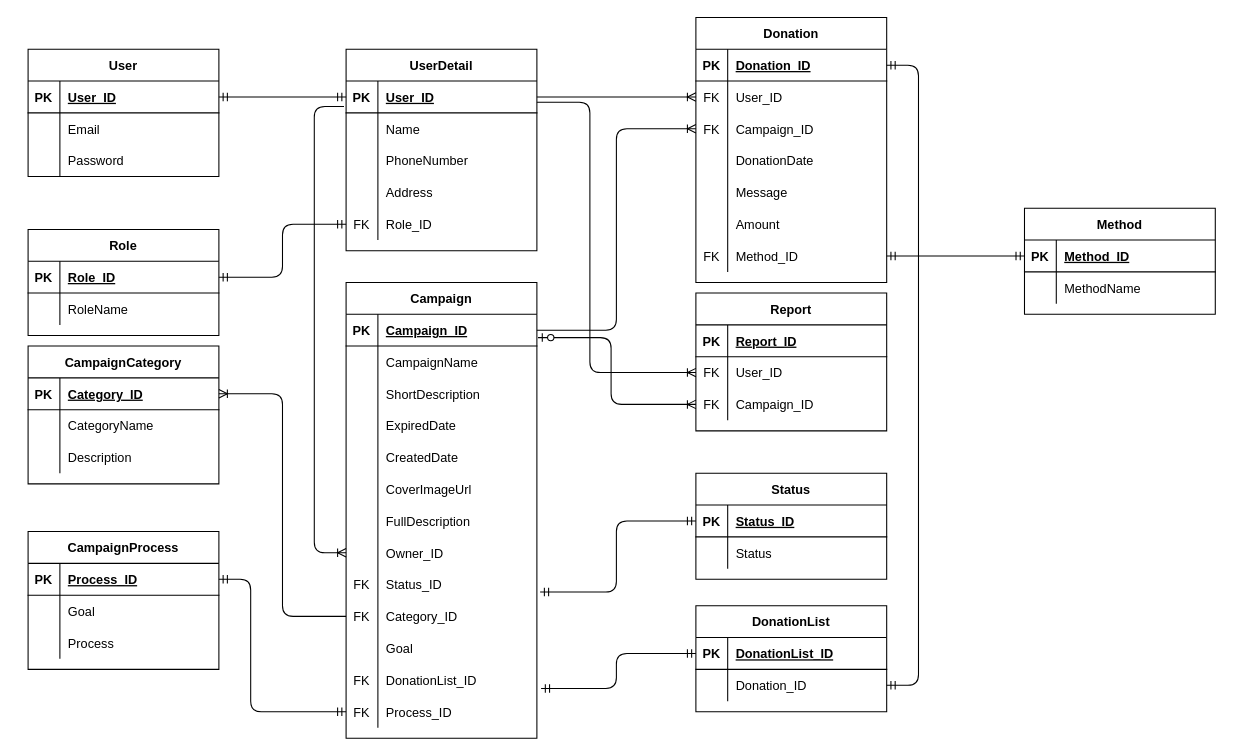
The draw.io diagram database.drawio in ces-hoangdao/VDF_KTPM, before the edit. Source tidied: cells renumbered, new cells numbered last; positions are measured from the earlier drawing's top-left corner, leaving out a move shared by most shapes. Both pictures are drawn from the tidied source at 106%, with x=0, y=0 at pixel (28, 17).
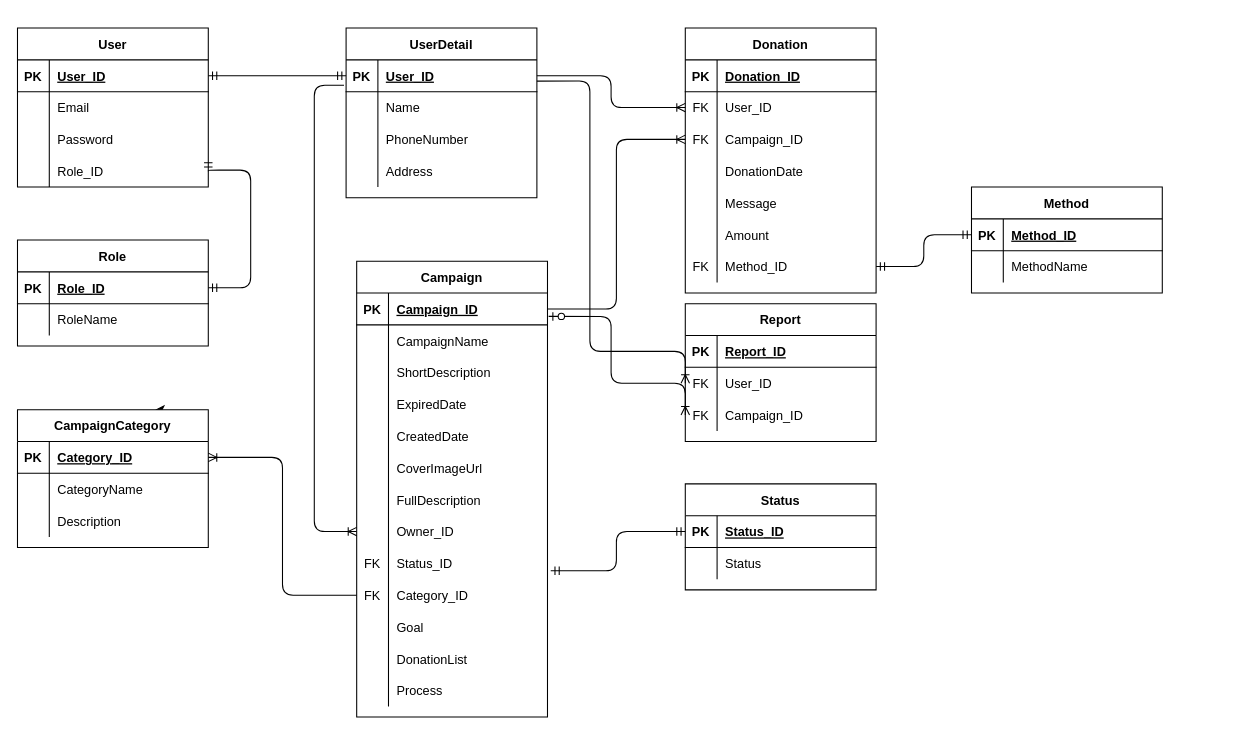
The same page after the edit.

The change refers to these unchanged cells:
```xml
<mxCell id="13" style="shape=partialRectangle;fillColor=none;top=0;left=0;bottom=1;right=0;points=[[0,0.5],[1,0.5]];portConstraint=eastwest;" parent="12" vertex="1">
  <mxGeometry y="30" width="180" height="30" as="geometry" />
</mxCell>
<mxCell id="20" style="shape=partialRectangle;fillColor=none;top=0;left=0;bottom=1;right=0;points=[[0,0.5],[1,0.5]];portConstraint=eastwest;" parent="19" vertex="1">
  <mxGeometry y="30" width="180" height="30" as="geometry" />
</mxCell>
<mxCell id="37" style="shape=partialRectangle;fillColor=none;top=0;left=0;bottom=1;right=0;points=[[0,0.5],[1,0.5]];portConstraint=eastwest;" parent="36" vertex="1">
  <mxGeometry y="30" width="180" height="30" as="geometry" />
</mxCell>
<mxCell id="58" style="shape=partialRectangle;fillColor=none;top=0;left=0;bottom=0;right=0;points=[[0,0.5],[1,0.5]];portConstraint=eastwest;" parent="36" vertex="1">
  <mxGeometry y="240" width="180" height="30" as="geometry" />
</mxCell>
<mxCell id="70" style="shape=partialRectangle;fillColor=none;top=0;left=0;bottom=0;right=0;points=[[0,0.5],[1,0.5]];portConstraint=eastwest;" parent="36" vertex="1">
  <mxGeometry y="360" width="180" height="30" as="geometry" />
</mxCell>
<mxCell id="73" style="shape=partialRectangle;fillColor=none;top=0;left=0;bottom=0;right=0;points=[[0,0.5],[1,0.5]];portConstraint=eastwest;" parent="36" vertex="1">
  <mxGeometry y="390" width="180" height="30" as="geometry" />
</mxCell>
<mxCell id="78" style="shape=partialRectangle;fillColor=none;top=0;left=0;bottom=1;right=0;points=[[0,0.5],[1,0.5]];portConstraint=eastwest;" parent="77" vertex="1">
  <mxGeometry y="30" width="180" height="30" as="geometry" />
</mxCell>
<mxCell id="133" style="shape=partialRectangle;fillColor=none;top=0;left=0;bottom=0;right=0;points=[[0,0.5],[1,0.5]];portConstraint=eastwest;" parent="129" vertex="1">
  <mxGeometry y="60" width="180" height="30" as="geometry" />
</mxCell>
<mxCell id="136" style="shape=partialRectangle;fillColor=none;top=0;left=0;bottom=0;right=0;points=[[0,0.5],[1,0.5]];portConstraint=eastwest;" parent="129" vertex="1">
  <mxGeometry y="90" width="180" height="30" as="geometry" />
</mxCell>
```

Diff of the diagram source:
```diff
@@
     <mxCell id="2" value="User" style="shape=table;startSize=30;childLayout=tableLayout;rowLines=0;fontStyle=1;align=center;" parent="1" vertex="1">
-      <mxGeometry y="30" width="180" height="120" as="geometry" />
+      <mxGeometry x="-10" y="10" width="180" height="150" as="geometry" />
     </mxCell>
@@
+    <mxCell id="161" style="shape=partialRectangle;fillColor=none;top=0;left=0;bottom=0;right=0;points=[[0,0.5],[1,0.5]];portConstraint=eastwest;" parent="2" vertex="1">
+      <mxGeometry y="120" width="180" height="30" as="geometry" />
+    </mxCell>
+    <mxCell id="162" style="shape=partialRectangle;fillColor=none;top=0;left=0;bottom=0;right=0;overflow=hidden;" parent="161" vertex="1">
+      <mxGeometry width="30" height="30" as="geometry" />
+    </mxCell>
+    <mxCell id="34" value="Role_ID" style="shape=partialRectangle;fillColor=none;top=0;left=0;bottom=0;right=0;align=left;spacingLeft=6;overflow=hidden;" parent="161" vertex="1">
+      <mxGeometry x="30" width="150" height="30" as="geometry" />
+    </mxCell>
     <mxCell id="12" value="Role" style="shape=table;startSize=30;childLayout=tableLayout;rowLines=0;fontStyle=1;align=center;" parent="1" vertex="1">
-      <mxGeometry y="200" width="180" height="100" as="geometry" />
+      <mxGeometry x="-10" y="210" width="180" height="100" as="geometry" />
     </mxCell>
@@
     <mxCell id="19" value="UserDetail" style="shape=table;startSize=30;childLayout=tableLayout;rowLines=0;fontStyle=1;align=center;" parent="1" vertex="1">
-      <mxGeometry x="300" y="30" width="180" height="190" as="geometry" />
+      <mxGeometry x="300" y="10" width="180" height="160" as="geometry" />
     </mxCell>
@@
-    <mxCell id="32" style="shape=partialRectangle;fillColor=none;top=0;left=0;bottom=0;right=0;points=[[0,0.5],[1,0.5]];portConstraint=eastwest;" parent="19" vertex="1">
-      <mxGeometry y="150" width="180" height="30" as="geometry" />
-    </mxCell>
-    <mxCell id="33" value="FK" style="shape=partialRectangle;fillColor=none;top=0;left=0;bottom=0;right=0;overflow=hidden;" parent="32" vertex="1">
-      <mxGeometry width="30" height="30" as="geometry" />
-    </mxCell>
-    <mxCell id="34" value="Role_ID" style="shape=partialRectangle;fillColor=none;top=0;left=0;bottom=0;right=0;align=left;spacingLeft=6;overflow=hidden;" parent="32" vertex="1">
-      <mxGeometry x="30" width="150" height="30" as="geometry" />
-    </mxCell>
@@
     <mxCell id="36" value="Campaign" style="shape=table;startSize=30;childLayout=tableLayout;rowLines=0;fontStyle=1;align=center;" parent="1" vertex="1">
-      <mxGeometry x="300" y="250" width="180" height="430" as="geometry" />
+      <mxGeometry x="310" y="230" width="180" height="430" as="geometry" />
     </mxCell>
@@
-    <mxCell id="71" value="FK" style="shape=partialRectangle;fillColor=none;top=0;left=0;bottom=0;right=0;overflow=hidden;" parent="70" vertex="1">
+    <mxCell id="71" style="shape=partialRectangle;fillColor=none;top=0;left=0;bottom=0;right=0;overflow=hidden;" parent="70" vertex="1">
       <mxGeometry width="30" height="30" as="geometry" />
     </mxCell>
-    <mxCell id="72" value="DonationList_ID" style="shape=partialRectangle;fillColor=none;top=0;left=0;bottom=0;right=0;align=left;spacingLeft=6;overflow=hidden;" parent="70" vertex="1">
+    <mxCell id="72" value="DonationList" style="shape=partialRectangle;fillColor=none;top=0;left=0;bottom=0;right=0;align=left;spacingLeft=6;overflow=hidden;" parent="70" vertex="1">
       <mxGeometry x="30" width="150" height="30" as="geometry" />
     </mxCell>
@@
-    <mxCell id="74" value="FK" style="shape=partialRectangle;fillColor=none;top=0;left=0;bottom=0;right=0;overflow=hidden;" parent="73" vertex="1">
+    <mxCell id="74" style="shape=partialRectangle;fillColor=none;top=0;left=0;bottom=0;right=0;overflow=hidden;" parent="73" vertex="1">
       <mxGeometry width="30" height="30" as="geometry" />
     </mxCell>
-    <mxCell id="75" value="Process_ID" style="shape=partialRectangle;fillColor=none;top=0;left=0;bottom=0;right=0;align=left;spacingLeft=6;overflow=hidden;" parent="73" vertex="1">
+    <mxCell id="75" value="Process" style="shape=partialRectangle;fillColor=none;top=0;left=0;bottom=0;right=0;align=left;spacingLeft=6;overflow=hidden;" parent="73" vertex="1">
       <mxGeometry x="30" width="150" height="30" as="geometry" />
     </mxCell>
     <mxCell id="76" style="edgeStyle=orthogonalEdgeStyle;fontSize=12;html=1;endArrow=ERoneToMany;entryX=0;entryY=0.5;entryDx=0;entryDy=0;exitX=-0.011;exitY=0.8;exitDx=0;exitDy=0;exitPerimeter=0;" parent="1" edge="1" source="20" target="58">
       <mxGeometry relative="1" as="geometry">
         <Array as="points">
-          <mxPoint x="270" y="84" />
-          <mxPoint x="270" y="505" />
+          <mxPoint x="270" y="64" />
+          <mxPoint x="270" y="485" />
         </Array>
       </mxGeometry>
     </mxCell>
     <mxCell id="77" value="Donation" style="shape=table;startSize=30;childLayout=tableLayout;rowLines=0;fontStyle=1;align=center;" parent="1" vertex="1">
-      <mxGeometry x="630" width="180" height="250" as="geometry" />
+      <mxGeometry x="620" y="10" width="180" height="250" as="geometry" />
     </mxCell>
@@
     <mxCell id="101" value="Status" style="shape=table;startSize=30;childLayout=tableLayout;rowLines=0;fontStyle=1;align=center;" parent="1" vertex="1">
-      <mxGeometry x="630" y="430" width="180" height="100" as="geometry" />
+      <mxGeometry x="620" y="440" width="180" height="100" as="geometry" />
     </mxCell>
@@
     <mxCell id="108" value="Method" style="shape=table;startSize=30;childLayout=tableLayout;rowLines=0;fontStyle=1;align=center;" parent="1" vertex="1">
-      <mxGeometry x="940" y="180" width="180" height="100" as="geometry" />
+      <mxGeometry x="890" y="160" width="180" height="100" as="geometry" />
     </mxCell>
@@
-    <mxCell id="116" style="edgeStyle=orthogonalEdgeStyle;fontSize=12;html=1;endArrow=ERmandOne;startArrow=ERmandOne;entryX=1;entryY=0.5;entryDx=0;entryDy=0;exitX=0;exitY=0.5;exitDx=0;exitDy=0;" parent="1" edge="1" source="32" target="13">
-      <mxGeometry relative="1" as="geometry" />
+    <mxCell id="116" style="edgeStyle=orthogonalEdgeStyle;fontSize=12;html=1;endArrow=ERmandOne;startArrow=ERmandOne;entryX=1;entryY=0.5;entryDx=0;entryDy=0;exitX=1;exitY=0.5;exitDx=0;exitDy=0;" parent="1" edge="1" source="161" target="13">
+      <mxGeometry relative="1" as="geometry">
+        <Array as="points">
+          <mxPoint x="210" y="144" />
+          <mxPoint x="210" y="255" />
+        </Array>
+      </mxGeometry>
     </mxCell>
+    <mxCell id="163" style="edgeStyle=orthogonalEdgeStyle;rounded=0;jettySize=auto;html=1;exitX=0.75;exitY=0;exitDx=0;exitDy=0;" parent="1" edge="1" source="117">
+      <mxGeometry relative="1" as="geometry">
+        <mxPoint x="120" y="370" as="targetPoint" />
+      </mxGeometry>
+    </mxCell>
     <mxCell id="117" value="CampaignCategory" style="shape=table;startSize=30;childLayout=tableLayout;rowLines=0;fontStyle=1;align=center;" parent="1" vertex="1">
-      <mxGeometry y="310" width="180" height="130" as="geometry" />
+      <mxGeometry x="-10" y="370" width="180" height="130" as="geometry" />
     </mxCell>
@@
     <mxCell id="129" value="Report" style="shape=table;startSize=30;childLayout=tableLayout;rowLines=0;fontStyle=1;align=center;" parent="1" vertex="1">
-      <mxGeometry x="630" y="260" width="180" height="130" as="geometry" />
+      <mxGeometry x="620" y="270" width="180" height="130" as="geometry" />
     </mxCell>
@@
     <mxCell id="139" style="edgeStyle=orthogonalEdgeStyle;fontSize=12;html=1;endArrow=ERoneToMany;entryX=0;entryY=0.5;entryDx=0;entryDy=0;exitX=1;exitY=0.667;exitDx=0;exitDy=0;exitPerimeter=0;" parent="1" edge="1" source="20" target="133">
       <mxGeometry relative="1" as="geometry">
         <Array as="points">
-          <mxPoint x="530" y="80" />
-          <mxPoint x="530" y="335" />
+          <mxPoint x="530" y="60" />
+          <mxPoint x="530" y="315" />
         </Array>
       </mxGeometry>
     </mxCell>
     <mxCell id="140" style="edgeStyle=orthogonalEdgeStyle;fontSize=12;html=1;endArrow=ERoneToMany;startArrow=ERzeroToOne;exitX=1.006;exitY=0.733;exitDx=0;exitDy=0;exitPerimeter=0;entryX=0;entryY=0.5;entryDx=0;entryDy=0;" parent="1" edge="1" source="37" target="136">
       <mxGeometry relative="1" as="geometry">
         <Array as="points">
-          <mxPoint x="550" y="302" />
-          <mxPoint x="550" y="365" />
+          <mxPoint x="550" y="282" />
+          <mxPoint x="550" y="345" />
         </Array>
       </mxGeometry>
     </mxCell>
-    <mxCell id="141" value="DonationList" style="shape=table;startSize=30;childLayout=tableLayout;rowLines=0;fontStyle=1;align=center;" parent="1" vertex="1">
-      <mxGeometry x="630" y="555" width="180" height="100" as="geometry" />
-    </mxCell>
-    <mxCell id="142" style="shape=partialRectangle;fillColor=none;top=0;left=0;bottom=1;right=0;points=[[0,0.5],[1,0.5]];portConstraint=eastwest;" parent="141" vertex="1">
-      <mxGeometry y="30" width="180" height="30" as="geometry" />
-    </mxCell>
-    <mxCell id="143" value="PK" style="shape=partialRectangle;fillColor=none;top=0;left=0;bottom=0;right=0;fontStyle=1;overflow=hidden;" parent="142" vertex="1">
-      <mxGeometry width="30" height="30" as="geometry" />
-    </mxCell>
-    <mxCell id="144" value="DonationList_ID" style="shape=partialRectangle;fillColor=none;top=0;left=0;bottom=0;right=0;align=left;spacingLeft=6;fontStyle=5;overflow=hidden;" parent="142" vertex="1">
-      <mxGeometry x="30" width="150" height="30" as="geometry" />
-    </mxCell>
-    <mxCell id="145" style="shape=partialRectangle;fillColor=none;top=0;left=0;bottom=0;right=0;points=[[0,0.5],[1,0.5]];portConstraint=eastwest;" parent="141" vertex="1">
-      <mxGeometry y="60" width="180" height="30" as="geometry" />
-    </mxCell>
-    <mxCell id="146" style="shape=partialRectangle;fillColor=none;top=0;left=0;bottom=0;right=0;overflow=hidden;" parent="145" vertex="1">
-      <mxGeometry width="30" height="30" as="geometry" />
-    </mxCell>
-    <mxCell id="147" value="Donation_ID" style="shape=partialRectangle;fillColor=none;top=0;left=0;bottom=0;right=0;align=left;spacingLeft=6;overflow=hidden;" parent="145" vertex="1">
-      <mxGeometry x="30" width="150" height="30" as="geometry" />
-    </mxCell>
-    <mxCell id="148" style="edgeStyle=orthogonalEdgeStyle;fontSize=12;html=1;endArrow=ERmandOne;startArrow=ERmandOne;exitX=1.022;exitY=0.767;exitDx=0;exitDy=0;exitPerimeter=0;entryX=0;entryY=0.5;entryDx=0;entryDy=0;" parent="1" edge="1" source="70" target="142">
-      <mxGeometry relative="1" as="geometry" />
-    </mxCell>
-    <mxCell id="149" style="edgeStyle=entityRelationEdgeStyle;fontSize=12;html=1;endArrow=ERmandOne;startArrow=ERmandOne;exitX=1;exitY=0.5;exitDx=0;exitDy=0;entryX=1;entryY=0.5;entryDx=0;entryDy=0;" parent="1" edge="1" source="78" target="145">
-      <mxGeometry relative="1" as="geometry" />
-    </mxCell>
-    <mxCell id="150" value="CampaignProcess" style="shape=table;startSize=30;childLayout=tableLayout;rowLines=0;fontStyle=1;align=center;" parent="1" vertex="1">
-      <mxGeometry y="485" width="180" height="130" as="geometry" />
-    </mxCell>
-    <mxCell id="151" style="shape=partialRectangle;fillColor=none;top=0;left=0;bottom=1;right=0;points=[[0,0.5],[1,0.5]];portConstraint=eastwest;" parent="150" vertex="1">
-      <mxGeometry y="30" width="180" height="30" as="geometry" />
-    </mxCell>
-    <mxCell id="152" value="PK" style="shape=partialRectangle;fillColor=none;top=0;left=0;bottom=0;right=0;fontStyle=1;overflow=hidden;" parent="151" vertex="1">
-      <mxGeometry width="30" height="30" as="geometry" />
-    </mxCell>
-    <mxCell id="153" value="Process_ID" style="shape=partialRectangle;fillColor=none;top=0;left=0;bottom=0;right=0;align=left;spacingLeft=6;fontStyle=5;overflow=hidden;" parent="151" vertex="1">
-      <mxGeometry x="30" width="150" height="30" as="geometry" />
-    </mxCell>
-    <mxCell id="154" style="shape=partialRectangle;fillColor=none;top=0;left=0;bottom=0;right=0;" parent="150" vertex="1">
-      <mxGeometry y="60" width="180" height="30" as="geometry" />
-    </mxCell>
-    <mxCell id="155" style="shape=partialRectangle;fillColor=none;top=0;left=0;bottom=0;right=0;overflow=hidden;" parent="154" vertex="1">
-      <mxGeometry width="30" height="30" as="geometry" />
-    </mxCell>
-    <mxCell id="156" value="Goal" style="shape=partialRectangle;fillColor=none;top=0;left=0;bottom=0;right=0;align=left;spacingLeft=6;overflow=hidden;" parent="154" vertex="1">
-      <mxGeometry x="30" width="150" height="30" as="geometry" />
-    </mxCell>
-    <mxCell id="157" style="shape=partialRectangle;fillColor=none;top=0;left=0;bottom=0;right=0;" parent="150" vertex="1">
-      <mxGeometry y="90" width="180" height="30" as="geometry" />
-    </mxCell>
-    <mxCell id="158" style="shape=partialRectangle;fillColor=none;top=0;left=0;bottom=0;right=0;overflow=hidden;" parent="157" vertex="1">
-      <mxGeometry width="30" height="30" as="geometry" />
-    </mxCell>
-    <mxCell id="159" value="Process" style="shape=partialRectangle;fillColor=none;top=0;left=0;bottom=0;right=0;align=left;spacingLeft=6;overflow=hidden;" parent="157" vertex="1">
-      <mxGeometry x="30" width="150" height="30" as="geometry" />
-    </mxCell>
-    <mxCell id="160" style="edgeStyle=orthogonalEdgeStyle;fontSize=12;html=1;endArrow=ERmandOne;startArrow=ERmandOne;exitX=1;exitY=0.5;exitDx=0;exitDy=0;entryX=0;entryY=0.5;entryDx=0;entryDy=0;" parent="1" edge="1" source="151" target="73">
-      <mxGeometry relative="1" as="geometry">
-        <Array as="points">
-          <mxPoint x="210" y="530" />
-          <mxPoint x="210" y="655" />
-        </Array>
-      </mxGeometry>
-    </mxCell>
```
